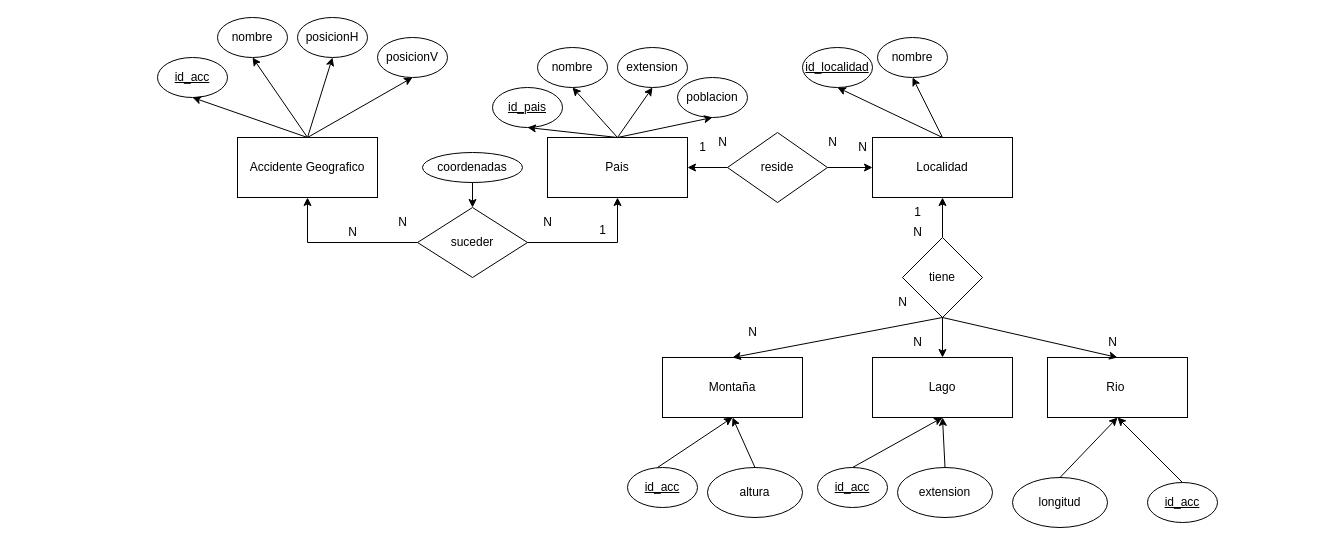
The draw.io diagram ej11.drawio in adriii28/amr-tsys-C3U12-11102023, before the edit. Source tidied: cells renumbered, new cells numbered last; positions are measured from the earlier drawing's top-left corner, leaving out a move shared by most shapes. Both pictures are drawn from the tidied source at 100%, with x=0, y=0 at pixel (157, 17).
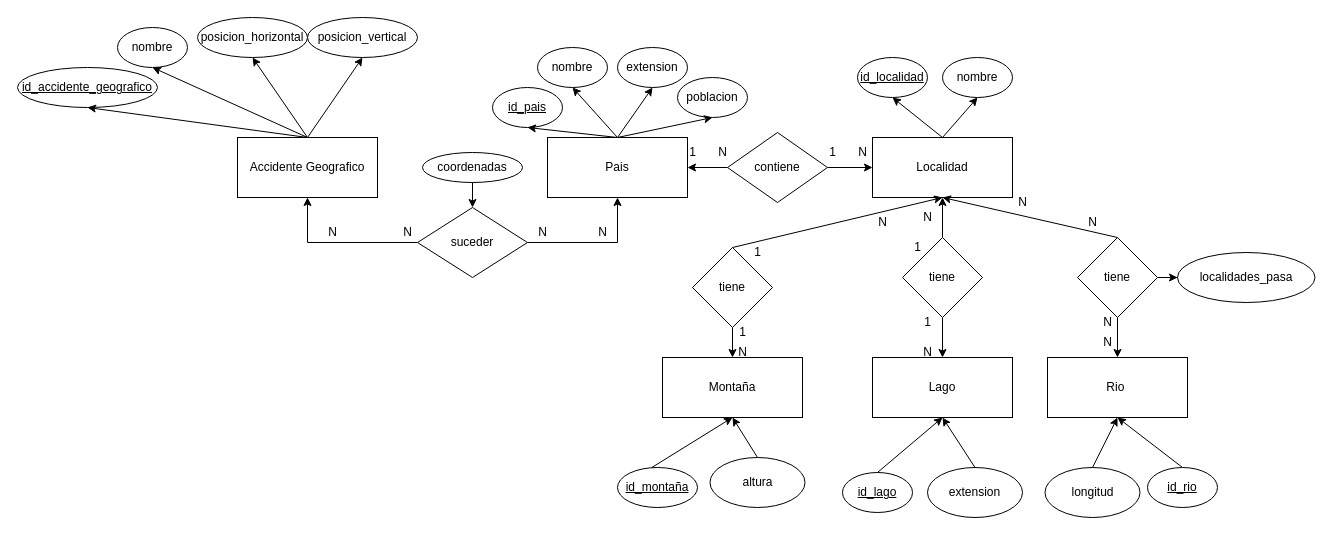
After the change.

Unchanged cells that the change refers to:
```xml
<mxCell id="3" value="Rio&amp;nbsp;" style="rounded=0;whiteSpace=wrap;html=1;" parent="1" vertex="1">
  <mxGeometry x="890" y="340" width="140" height="60" as="geometry" />
</mxCell>
<mxCell id="4" value="Montaña" style="rounded=0;whiteSpace=wrap;html=1;" parent="1" vertex="1">
  <mxGeometry x="505" y="340" width="140" height="60" as="geometry" />
</mxCell>
<mxCell id="9" value="Localidad" style="rounded=0;whiteSpace=wrap;html=1;" parent="1" vertex="1">
  <mxGeometry x="715" y="120" width="140" height="60" as="geometry" />
</mxCell>
<mxCell id="41" value="tiene" style="rhombus;whiteSpace=wrap;html=1;" parent="1" vertex="1">
  <mxGeometry x="745" y="220" width="80" height="80" as="geometry" />
</mxCell>
```

The edit, as a diff of the source:
```diff
@@
-    <mxCell id="10" value="id_acc" style="ellipse;whiteSpace=wrap;html=1;fontStyle=4;" parent="1" vertex="1">
-      <mxGeometry y="40" width="70" height="40" as="geometry" />
+    <mxCell id="10" value="id_accidente_geografico" style="ellipse;whiteSpace=wrap;html=1;fontStyle=4;" parent="1" vertex="1">
+      <mxGeometry x="-140" y="50" width="140" height="40" as="geometry" />
     </mxCell>
@@
     <mxCell id="12" value="id_localidad" style="ellipse;whiteSpace=wrap;html=1;fontStyle=4;" parent="1" vertex="1">
-      <mxGeometry x="645" y="30" width="70" height="40" as="geometry" />
+      <mxGeometry x="700" y="40" width="70" height="40" as="geometry" />
     </mxCell>
     <mxCell id="13" value="longitud" style="ellipse;whiteSpace=wrap;html=1;" parent="1" vertex="1">
-      <mxGeometry x="855" y="460" width="95" height="50" as="geometry" />
+      <mxGeometry x="887.5" y="450" width="95" height="50" as="geometry" />
     </mxCell>
@@
     <mxCell id="15" value="altura" style="ellipse;whiteSpace=wrap;html=1;" parent="1" vertex="1">
-      <mxGeometry x="550" y="450" width="95" height="50" as="geometry" />
+      <mxGeometry x="552.5" y="440" width="95" height="50" as="geometry" />
     </mxCell>
     <mxCell id="16" value="&lt;div&gt;nombre&lt;/div&gt;" style="ellipse;whiteSpace=wrap;html=1;fontStyle=0;" parent="1" vertex="1">
-      <mxGeometry x="60" width="70" height="40" as="geometry" />
+      <mxGeometry x="-40" y="10" width="70" height="40" as="geometry" />
     </mxCell>
-    <mxCell id="17" value="posicionH" style="ellipse;whiteSpace=wrap;html=1;fontStyle=0;" parent="1" vertex="1">
-      <mxGeometry x="140" width="70" height="40" as="geometry" />
+    <mxCell id="17" value="posicion_horizontal" style="ellipse;whiteSpace=wrap;html=1;fontStyle=0;" parent="1" vertex="1">
+      <mxGeometry x="40" width="110" height="40" as="geometry" />
     </mxCell>
     <mxCell id="18" value="extension" style="ellipse;whiteSpace=wrap;html=1;" parent="1" vertex="1">
-      <mxGeometry x="740" y="450" width="95" height="50" as="geometry" />
+      <mxGeometry x="770" y="450" width="95" height="50" as="geometry" />
     </mxCell>
-    <mxCell id="19" value="posicionV" style="ellipse;whiteSpace=wrap;html=1;fontStyle=0;" parent="1" vertex="1">
-      <mxGeometry x="220" y="20" width="70" height="40" as="geometry" />
+    <mxCell id="19" value="posicion_vertical" style="ellipse;whiteSpace=wrap;html=1;fontStyle=0;" parent="1" vertex="1">
+      <mxGeometry x="150" width="110" height="40" as="geometry" />
     </mxCell>
@@
     <mxCell id="23" value="nombre" style="ellipse;whiteSpace=wrap;html=1;fontStyle=0;" parent="1" vertex="1">
-      <mxGeometry x="720" y="20" width="70" height="40" as="geometry" />
+      <mxGeometry x="785" y="40" width="70" height="40" as="geometry" />
     </mxCell>
@@
-    <mxCell id="29" value="id_acc" style="ellipse;whiteSpace=wrap;html=1;fontStyle=4;" parent="1" vertex="1">
-      <mxGeometry x="990" y="465" width="70" height="40" as="geometry" />
+    <mxCell id="29" value="id_rio" style="ellipse;whiteSpace=wrap;html=1;fontStyle=4;" parent="1" vertex="1">
+      <mxGeometry x="990" y="450" width="70" height="40" as="geometry" />
     </mxCell>
-    <mxCell id="30" value="id_acc" style="ellipse;whiteSpace=wrap;html=1;fontStyle=4;" parent="1" vertex="1">
-      <mxGeometry x="470" y="450" width="70" height="40" as="geometry" />
+    <mxCell id="30" value="id_montaña" style="ellipse;whiteSpace=wrap;html=1;fontStyle=4;" parent="1" vertex="1">
+      <mxGeometry x="460" y="450" width="80" height="40" as="geometry" />
     </mxCell>
-    <mxCell id="31" value="&lt;div&gt;1&lt;/div&gt;&lt;div&gt;&lt;br&gt;&lt;/div&gt;" style="text;html=1;align=center;verticalAlign=middle;strokeColor=none;fillColor=none;" parent="1" vertex="1">
-      <mxGeometry x="430" y="200" width="30" height="40" as="geometry" />
+    <mxCell id="31" value="&lt;div&gt;N&lt;/div&gt;" style="text;html=1;align=center;verticalAlign=middle;strokeColor=none;fillColor=none;" parent="1" vertex="1">
+      <mxGeometry x="430" y="200" width="30" height="30" as="geometry" />
     </mxCell>
-    <mxCell id="32" value="id_acc" style="ellipse;whiteSpace=wrap;html=1;fontStyle=4;" parent="1" vertex="1">
-      <mxGeometry x="660" y="450" width="70" height="40" as="geometry" />
+    <mxCell id="32" value="id_lago" style="ellipse;whiteSpace=wrap;html=1;fontStyle=4;" parent="1" vertex="1">
+      <mxGeometry x="685" y="455" width="70" height="40" as="geometry" />
     </mxCell>
@@
     <mxCell id="34" value="N" style="text;html=1;align=center;verticalAlign=middle;strokeColor=none;fillColor=none;" parent="1" vertex="1">
-      <mxGeometry x="180" y="200" width="30" height="30" as="geometry" />
+      <mxGeometry x="160" y="200" width="30" height="30" as="geometry" />
     </mxCell>
@@
-    <mxCell id="39" style="edgeStyle=none;rounded=0;jettySize=auto;html=1;entryX=0.5;entryY=0;entryDx=0;entryDy=0;exitX=0.5;exitY=1;exitDx=0;exitDy=0;" parent="1" edge="1" source="41" target="3">
+    <mxCell id="39" style="edgeStyle=none;rounded=0;jettySize=auto;html=1;entryX=0.5;entryY=0;entryDx=0;entryDy=0;exitX=0.5;exitY=1;exitDx=0;exitDy=0;" parent="1" edge="1" source="71" target="3">
       <mxGeometry relative="1" as="geometry" />
     </mxCell>
@@
-    <mxCell id="51" style="edgeStyle=none;rounded=0;jettySize=auto;html=1;entryX=0.5;entryY=0;entryDx=0;entryDy=0;exitX=0.5;exitY=1;exitDx=0;exitDy=0;" parent="1" edge="1" source="41" target="4">
+    <mxCell id="51" style="edgeStyle=none;rounded=0;jettySize=auto;html=1;entryX=0.5;entryY=0;entryDx=0;entryDy=0;exitX=0.5;exitY=1;exitDx=0;exitDy=0;" parent="1" edge="1" source="73" target="4">
       <mxGeometry relative="1" as="geometry" />
     </mxCell>
@@
-    <mxCell id="54" value="reside" style="rhombus;whiteSpace=wrap;html=1;" parent="1" vertex="1">
+    <mxCell id="54" value="contiene" style="rhombus;whiteSpace=wrap;html=1;" parent="1" vertex="1">
       <mxGeometry x="570" y="115" width="100" height="70" as="geometry" />
     </mxCell>
     <mxCell id="55" value="N" style="text;html=1;align=center;verticalAlign=middle;strokeColor=none;fillColor=none;" parent="1" vertex="1">
-      <mxGeometry x="690" y="115" width="30" height="30" as="geometry" />
+      <mxGeometry x="690" y="120" width="30" height="30" as="geometry" />
     </mxCell>
     <mxCell id="56" value="1" style="text;html=1;align=center;verticalAlign=middle;strokeColor=none;fillColor=none;" parent="1" vertex="1">
-      <mxGeometry x="530" y="115" width="30" height="30" as="geometry" />
+      <mxGeometry x="520" y="120" width="30" height="30" as="geometry" />
     </mxCell>
-    <mxCell id="57" value="1" style="text;html=1;align=center;verticalAlign=middle;strokeColor=none;fillColor=none;" parent="1" vertex="1">
-      <mxGeometry x="745" y="180" width="30" height="30" as="geometry" />
+    <mxCell id="57" value="N" style="text;html=1;align=center;verticalAlign=middle;strokeColor=none;fillColor=none;" parent="1" vertex="1">
+      <mxGeometry x="755" y="185" width="30" height="30" as="geometry" />
     </mxCell>
     <mxCell id="58" value="N" style="text;html=1;align=center;verticalAlign=middle;strokeColor=none;fillColor=none;" parent="1" vertex="1">
-      <mxGeometry x="580" y="300" width="30" height="30" as="geometry" />
+      <mxGeometry x="570" y="320" width="30" height="30" as="geometry" />
     </mxCell>
     <mxCell id="59" value="N" style="text;html=1;align=center;verticalAlign=middle;strokeColor=none;fillColor=none;" parent="1" vertex="1">
-      <mxGeometry x="745" y="310" width="30" height="30" as="geometry" />
+      <mxGeometry x="755" y="320" width="30" height="30" as="geometry" />
     </mxCell>
     <mxCell id="60" value="N" style="text;html=1;align=center;verticalAlign=middle;strokeColor=none;fillColor=none;" parent="1" vertex="1">
-      <mxGeometry x="940" y="310" width="30" height="30" as="geometry" />
+      <mxGeometry x="935" y="310" width="30" height="30" as="geometry" />
     </mxCell>
     <mxCell id="61" value="N" style="text;html=1;align=center;verticalAlign=middle;strokeColor=none;fillColor=none;" parent="1" vertex="1">
-      <mxGeometry x="375" y="190" width="30" height="30" as="geometry" />
+      <mxGeometry x="370" y="200" width="30" height="30" as="geometry" />
     </mxCell>
     <mxCell id="62" value="N" style="text;html=1;align=center;verticalAlign=middle;strokeColor=none;fillColor=none;" parent="1" vertex="1">
-      <mxGeometry x="230" y="190" width="30" height="30" as="geometry" />
+      <mxGeometry x="235" y="200" width="30" height="30" as="geometry" />
     </mxCell>
-    <mxCell id="63" value="N" style="text;html=1;align=center;verticalAlign=middle;strokeColor=none;fillColor=none;" parent="1" vertex="1">
-      <mxGeometry x="745" y="200" width="30" height="30" as="geometry" />
+    <mxCell id="63" value="1" style="text;html=1;align=center;verticalAlign=middle;strokeColor=none;fillColor=none;" parent="1" vertex="1">
+      <mxGeometry x="745" y="215" width="30" height="30" as="geometry" />
     </mxCell>
-    <mxCell id="64" value="N" style="text;html=1;align=center;verticalAlign=middle;strokeColor=none;fillColor=none;" parent="1" vertex="1">
-      <mxGeometry x="730" y="270" width="30" height="30" as="geometry" />
+    <mxCell id="64" value="1" style="text;html=1;align=center;verticalAlign=middle;strokeColor=none;fillColor=none;" parent="1" vertex="1">
+      <mxGeometry x="570" y="300" width="30" height="30" as="geometry" />
     </mxCell>
     <mxCell id="65" value="N" style="text;html=1;align=center;verticalAlign=middle;strokeColor=none;fillColor=none;" parent="1" vertex="1">
-      <mxGeometry x="550" y="110" width="30" height="30" as="geometry" />
+      <mxGeometry x="550" y="120" width="30" height="30" as="geometry" />
     </mxCell>
-    <mxCell id="66" value="N" style="text;html=1;align=center;verticalAlign=middle;strokeColor=none;fillColor=none;" parent="1" vertex="1">
-      <mxGeometry x="660" y="110" width="30" height="30" as="geometry" />
+    <mxCell id="66" value="1" style="text;html=1;align=center;verticalAlign=middle;strokeColor=none;fillColor=none;" parent="1" vertex="1">
+      <mxGeometry x="660" y="120" width="30" height="30" as="geometry" />
     </mxCell>
+    <mxCell id="67" value="1" style="text;html=1;align=center;verticalAlign=middle;strokeColor=none;fillColor=none;" parent="1" vertex="1">
+      <mxGeometry x="755" y="290" width="30" height="30" as="geometry" />
+    </mxCell>
+    <mxCell id="68" value="N" style="text;html=1;align=center;verticalAlign=middle;strokeColor=none;fillColor=none;" parent="1" vertex="1">
+      <mxGeometry x="935" y="290" width="30" height="30" as="geometry" />
+    </mxCell>
+    <mxCell id="69" style="rounded=0;jettySize=auto;html=1;exitX=0.5;exitY=0;exitDx=0;exitDy=0;entryX=0.5;entryY=1;entryDx=0;entryDy=0;" parent="1" edge="1" source="71" target="9">
+      <mxGeometry relative="1" as="geometry" />
+    </mxCell>
+    <mxCell id="70" style="edgeStyle=orthogonalEdgeStyle;rounded=0;jettySize=auto;html=1;" parent="1" edge="1" source="71" target="74">
+      <mxGeometry relative="1" as="geometry" />
+    </mxCell>
+    <mxCell id="71" value="tiene" style="rhombus;whiteSpace=wrap;html=1;" parent="1" vertex="1">
+      <mxGeometry x="920" y="220" width="80" height="80" as="geometry" />
+    </mxCell>
+    <mxCell id="72" style="rounded=0;jettySize=auto;html=1;entryX=0.5;entryY=1;entryDx=0;entryDy=0;exitX=0.5;exitY=0;exitDx=0;exitDy=0;" parent="1" edge="1" source="73" target="9">
+      <mxGeometry relative="1" as="geometry" />
+    </mxCell>
+    <mxCell id="73" value="tiene" style="rhombus;whiteSpace=wrap;html=1;" parent="1" vertex="1">
+      <mxGeometry x="535" y="230" width="80" height="80" as="geometry" />
+    </mxCell>
+    <mxCell id="74" value="localidades_pasa" style="ellipse;whiteSpace=wrap;html=1;" parent="1" vertex="1">
+      <mxGeometry x="1020" y="235" width="137.5" height="50" as="geometry" />
+    </mxCell>
+    <mxCell id="75" value="N" style="text;html=1;align=center;verticalAlign=middle;strokeColor=none;fillColor=none;" parent="1" vertex="1">
+      <mxGeometry x="710" y="190" width="30" height="30" as="geometry" />
+    </mxCell>
+    <mxCell id="76" value="1" style="text;html=1;align=center;verticalAlign=middle;strokeColor=none;fillColor=none;" parent="1" vertex="1">
+      <mxGeometry x="585" y="220" width="30" height="30" as="geometry" />
+    </mxCell>
+    <mxCell id="77" value="N" style="text;html=1;align=center;verticalAlign=middle;strokeColor=none;fillColor=none;" parent="1" vertex="1">
+      <mxGeometry x="850" y="170" width="30" height="30" as="geometry" />
+    </mxCell>
+    <mxCell id="78" value="N" style="text;html=1;align=center;verticalAlign=middle;strokeColor=none;fillColor=none;" parent="1" vertex="1">
+      <mxGeometry x="920" y="190" width="30" height="30" as="geometry" />
+    </mxCell>
```
